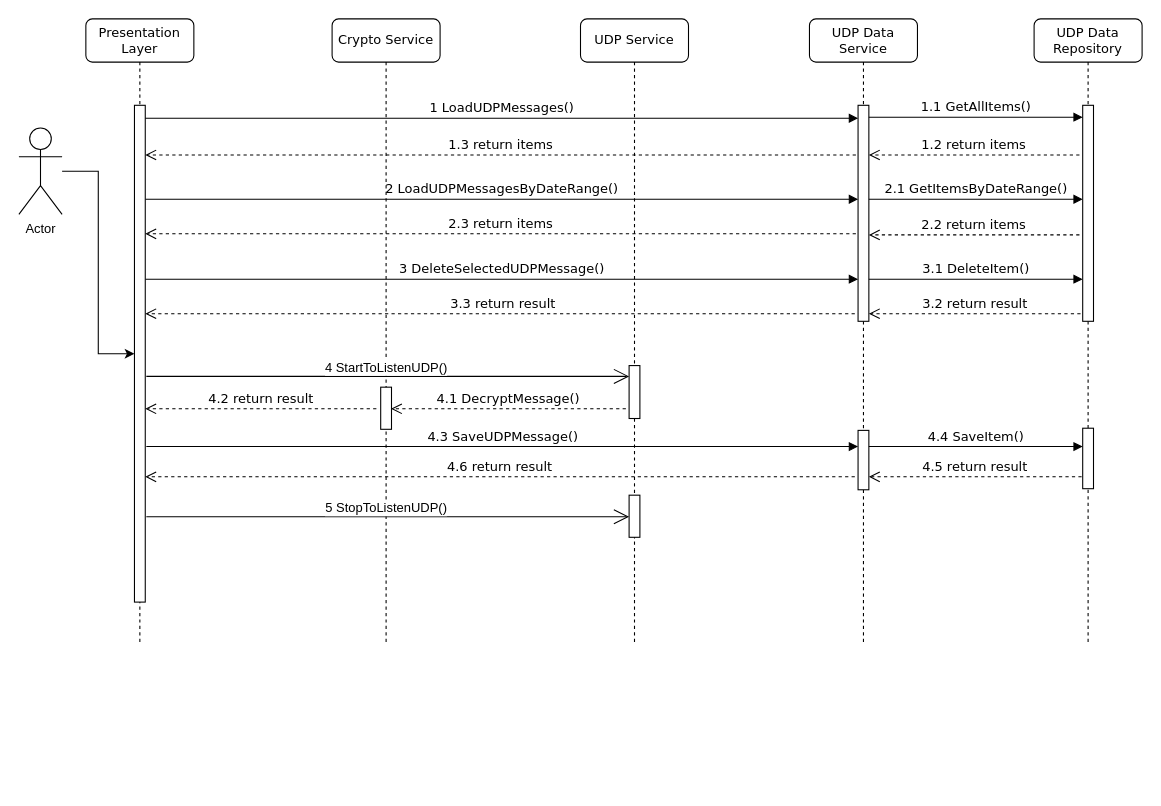
Above: UDPCommunication.UI/Documentation/UMLDiagrams/uml_sequence_diagram.drawio in cusfekes/UDPCommunication (draw.io), before the change. Source tidied: cells renumbered, new cells numbered last; positions are measured from the earlier drawing's top-left corner, leaving out a move shared by most shapes. Both pictures are drawn from the tidied source at 108%, with x=0, y=0 at pixel (18, 18).
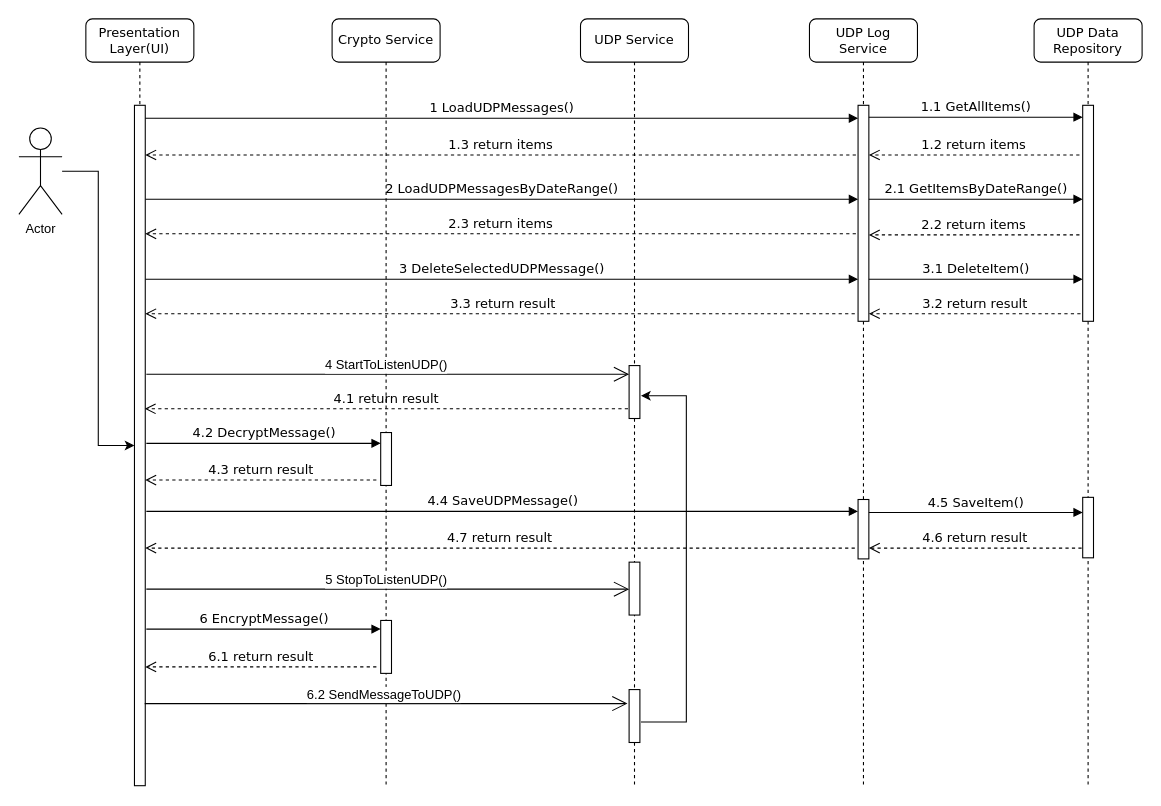
The same page after the edit.

Diff of the diagram source:
```diff
@@
     <mxCell id="2" value="Crypto Service" style="shape=umlLifeline;perimeter=lifelinePerimeter;whiteSpace=wrap;html=1;rounded=1;shadow=0;comic=0;labelBackgroundColor=none;strokeWidth=1;fontFamily=Verdana;fontSize=12;align=center;" parent="1" vertex="1">
-      <mxGeometry x="290" width="100" height="580" as="geometry" />
+      <mxGeometry x="290" width="100" height="711" as="geometry" />
     </mxCell>
@@
     <mxCell id="5" style="html=1;perimeter=orthogonalPerimeter;rounded=0;shadow=0;comic=0;labelBackgroundColor=none;strokeWidth=1;fontFamily=Verdana;fontSize=12;align=center;" parent="2" vertex="1">
-      <mxGeometry x="45" y="341" width="10" height="39" as="geometry" />
+      <mxGeometry x="45" y="383" width="10" height="49" as="geometry" />
     </mxCell>
-    <mxCell id="6" value="4.3 SaveUDPMessage()" style="html=1;verticalAlign=bottom;endArrow=block;labelBackgroundColor=none;fontFamily=Verdana;fontSize=12;edgeStyle=elbowEdgeStyle;elbow=vertical;" parent="2" edge="1">
+    <mxCell id="6" value="4.4 SaveUDPMessage()" style="html=1;verticalAlign=bottom;endArrow=block;labelBackgroundColor=none;fontFamily=Verdana;fontSize=12;edgeStyle=elbowEdgeStyle;elbow=vertical;" parent="2" edge="1">
       <mxGeometry relative="1" as="geometry">
-        <mxPoint x="-172" y="396" as="sourcePoint" />
-        <mxPoint x="487" y="396" as="targetPoint" />
+        <mxPoint x="-172" y="456" as="sourcePoint" />
+        <mxPoint x="487" y="456" as="targetPoint" />
       </mxGeometry>
     </mxCell>
+    <mxCell id="39" style="html=1;perimeter=orthogonalPerimeter;rounded=0;shadow=0;comic=0;labelBackgroundColor=none;strokeWidth=1;fontFamily=Verdana;fontSize=12;align=center;" parent="2" vertex="1">
+      <mxGeometry x="45" y="557" width="10" height="49" as="geometry" />
+    </mxCell>
     <mxCell id="7" value="UDP Service" style="shape=umlLifeline;perimeter=lifelinePerimeter;whiteSpace=wrap;html=1;rounded=1;shadow=0;comic=0;labelBackgroundColor=none;strokeWidth=1;fontFamily=Verdana;fontSize=12;align=center;" parent="1" vertex="1">
-      <mxGeometry x="520" width="100" height="580" as="geometry" />
+      <mxGeometry x="520" width="100" height="711" as="geometry" />
     </mxCell>
@@
-    <mxCell id="10" value="4.1 DecryptMessage()" style="html=1;verticalAlign=bottom;endArrow=open;dashed=1;endSize=8;labelBackgroundColor=none;fontFamily=Verdana;fontSize=12;edgeStyle=elbowEdgeStyle;elbow=vertical;" parent="7" edge="1">
+    <mxCell id="10" value="4.1 return result" style="html=1;verticalAlign=bottom;endArrow=open;dashed=1;endSize=8;labelBackgroundColor=none;fontFamily=Verdana;fontSize=12;edgeStyle=elbowEdgeStyle;elbow=vertical;" parent="7" edge="1">
       <mxGeometry relative="1" as="geometry">
-        <mxPoint x="42" y="361" as="sourcePoint" />
-        <mxPoint x="-175.5" y="361" as="targetPoint" />
+        <mxPoint x="44" y="361" as="sourcePoint" />
+        <mxPoint x="-403.5" y="361" as="targetPoint" />
       </mxGeometry>
     </mxCell>
     <mxCell id="11" style="html=1;perimeter=orthogonalPerimeter;rounded=0;shadow=0;comic=0;labelBackgroundColor=none;strokeWidth=1;fontFamily=Verdana;fontSize=12;align=center;" parent="7" vertex="1">
-      <mxGeometry x="45" y="441" width="10" height="39" as="geometry" />
+      <mxGeometry x="45" y="503" width="10" height="49" as="geometry" />
     </mxCell>
+    <mxCell id="40" style="html=1;perimeter=orthogonalPerimeter;rounded=0;shadow=0;comic=0;labelBackgroundColor=none;strokeWidth=1;fontFamily=Verdana;fontSize=12;align=center;" parent="7" vertex="1">
+      <mxGeometry x="45" y="621" width="10" height="49" as="geometry" />
+    </mxCell>
+    <mxCell id="41" style="endArrow=classic;html=1;rounded=0;entryX=1.3;entryY=0.571;entryDx=0;entryDy=0;entryPerimeter=0;" parent="7" edge="1">
+      <mxGeometry relative="1" as="geometry">
+        <mxPoint x="56" y="651" as="sourcePoint" />
+        <mxPoint x="56" y="349" as="targetPoint" />
+        <Array as="points">
+          <mxPoint x="98" y="651" />
+          <mxPoint x="98" y="349" />
+        </Array>
+      </mxGeometry>
+    </mxCell>
+    <mxCell id="21" value="UDP Data Repository" style="shape=umlLifeline;perimeter=lifelinePerimeter;whiteSpace=wrap;html=1;rounded=1;shadow=0;comic=0;labelBackgroundColor=none;strokeWidth=1;fontFamily=Verdana;fontSize=12;align=center;" parent="1" vertex="1">
+      <mxGeometry x="940" width="100" height="711" as="geometry" />
+    </mxCell>
+    <mxCell id="22" style="html=1;perimeter=orthogonalPerimeter;rounded=0;shadow=0;comic=0;labelBackgroundColor=none;strokeWidth=1;fontFamily=Verdana;fontSize=12;align=center;" parent="21" vertex="1">
+      <mxGeometry x="45" y="80" width="10" height="200" as="geometry" />
+    </mxCell>
+    <mxCell id="23" style="html=1;perimeter=orthogonalPerimeter;rounded=0;shadow=0;comic=0;labelBackgroundColor=none;strokeWidth=1;fontFamily=Verdana;fontSize=12;align=center;" parent="21" vertex="1">
+      <mxGeometry x="45" y="443" width="10" height="56" as="geometry" />
+    </mxCell>
-    <mxCell id="12" value="UDP Data Service" style="shape=umlLifeline;perimeter=lifelinePerimeter;whiteSpace=wrap;html=1;rounded=1;shadow=0;comic=0;labelBackgroundColor=none;strokeWidth=1;fontFamily=Verdana;fontSize=12;align=center;" parent="1" vertex="1">
-      <mxGeometry x="732" width="100" height="580" as="geometry" />
+    <mxCell id="12" value="UDP Log Service" style="shape=umlLifeline;perimeter=lifelinePerimeter;whiteSpace=wrap;html=1;rounded=1;shadow=0;comic=0;labelBackgroundColor=none;strokeWidth=1;fontFamily=Verdana;fontSize=12;align=center;" parent="1" vertex="1">
+      <mxGeometry x="732" width="100" height="711" as="geometry" />
     </mxCell>
@@
     <mxCell id="18" style="html=1;perimeter=orthogonalPerimeter;rounded=0;shadow=0;comic=0;labelBackgroundColor=none;strokeWidth=1;fontFamily=Verdana;fontSize=12;align=center;" parent="12" vertex="1">
-      <mxGeometry x="45" y="381" width="10" height="55" as="geometry" />
+      <mxGeometry x="45" y="445" width="10" height="55" as="geometry" />
     </mxCell>
-    <mxCell id="19" value="4.4 SaveItem()" style="html=1;verticalAlign=bottom;endArrow=block;entryX=0;entryY=0;labelBackgroundColor=none;fontFamily=Verdana;fontSize=12;edgeStyle=elbowEdgeStyle;elbow=vertical;" parent="12" edge="1">
+    <mxCell id="19" value="4.5 SaveItem()" style="html=1;verticalAlign=bottom;endArrow=block;entryX=0;entryY=0;labelBackgroundColor=none;fontFamily=Verdana;fontSize=12;edgeStyle=elbowEdgeStyle;elbow=vertical;" parent="12" edge="1">
       <mxGeometry relative="1" as="geometry">
-        <mxPoint x="55" y="396" as="sourcePoint" />
-        <mxPoint x="253" y="396" as="targetPoint" />
+        <mxPoint x="55" y="457" as="sourcePoint" />
+        <mxPoint x="253" y="457" as="targetPoint" />
       </mxGeometry>
     </mxCell>
-    <mxCell id="20" value="4.5 return result" style="html=1;verticalAlign=bottom;endArrow=open;dashed=1;endSize=8;labelBackgroundColor=none;fontFamily=Verdana;fontSize=12;edgeStyle=elbowEdgeStyle;elbow=vertical;" parent="12" edge="1">
+    <mxCell id="20" value="4.6 return result" style="html=1;verticalAlign=bottom;endArrow=open;dashed=1;endSize=8;labelBackgroundColor=none;fontFamily=Verdana;fontSize=12;edgeStyle=elbowEdgeStyle;elbow=vertical;" parent="12" edge="1">
       <mxGeometry relative="1" as="geometry">
-        <mxPoint x="252" y="424" as="sourcePoint" />
-        <mxPoint x="55" y="424" as="targetPoint" />
+        <mxPoint x="252" y="490" as="sourcePoint" />
+        <mxPoint x="55" y="490" as="targetPoint" />
       </mxGeometry>
     </mxCell>
-    <mxCell id="21" value="UDP Data Repository" style="shape=umlLifeline;perimeter=lifelinePerimeter;whiteSpace=wrap;html=1;rounded=1;shadow=0;comic=0;labelBackgroundColor=none;strokeWidth=1;fontFamily=Verdana;fontSize=12;align=center;" parent="1" vertex="1">
-      <mxGeometry x="940" width="100" height="580" as="geometry" />
-    </mxCell>
-    <mxCell id="22" style="html=1;perimeter=orthogonalPerimeter;rounded=0;shadow=0;comic=0;labelBackgroundColor=none;strokeWidth=1;fontFamily=Verdana;fontSize=12;align=center;" parent="21" vertex="1">
-      <mxGeometry x="45" y="80" width="10" height="200" as="geometry" />
-    </mxCell>
-    <mxCell id="23" style="html=1;perimeter=orthogonalPerimeter;rounded=0;shadow=0;comic=0;labelBackgroundColor=none;strokeWidth=1;fontFamily=Verdana;fontSize=12;align=center;" parent="21" vertex="1">
-      <mxGeometry x="45" y="379" width="10" height="56" as="geometry" />
-    </mxCell>
-    <mxCell id="24" value="Presentation Layer" style="shape=umlLifeline;perimeter=lifelinePerimeter;whiteSpace=wrap;html=1;rounded=1;shadow=0;comic=0;labelBackgroundColor=none;strokeWidth=1;fontFamily=Verdana;fontSize=12;align=center;" parent="1" vertex="1">
-      <mxGeometry x="62" width="100" height="580" as="geometry" />
+    <mxCell id="24" value="Presentation Layer(UI)" style="shape=umlLifeline;perimeter=lifelinePerimeter;whiteSpace=wrap;html=1;rounded=1;shadow=0;comic=0;labelBackgroundColor=none;strokeWidth=1;fontFamily=Verdana;fontSize=12;align=center;" parent="1" vertex="1">
+      <mxGeometry x="62" width="100" height="710" as="geometry" />
     </mxCell>
     <mxCell id="25" style="html=1;points=[];perimeter=orthogonalPerimeter;rounded=0;shadow=0;comic=0;labelBackgroundColor=none;strokeWidth=1;fontFamily=Verdana;fontSize=12;align=center;" parent="24" vertex="1">
-      <mxGeometry x="45" y="80" width="10" height="460" as="geometry" />
+      <mxGeometry x="45" y="80" width="10" height="630" as="geometry" />
     </mxCell>
     <mxCell id="26" style="endArrow=open;endFill=1;endSize=12;html=1;rounded=0;jumpSize=6;" parent="24" edge="1">
       <mxGeometry relative="1" as="geometry">
-        <mxPoint x="56" y="331" as="sourcePoint" />
-        <mxPoint x="503" y="331" as="targetPoint" />
+        <mxPoint x="56" y="329" as="sourcePoint" />
+        <mxPoint x="503" y="329" as="targetPoint" />
       </mxGeometry>
     </mxCell>
@@
-    <mxCell id="28" value="1 LoadUDPMessages()" style="html=1;verticalAlign=bottom;endArrow=block;entryX=0;entryY=0;labelBackgroundColor=none;fontFamily=Verdana;fontSize=12;edgeStyle=elbowEdgeStyle;elbow=vertical;" parent="1" edge="1">
+    <mxCell id="28" value="1 LoadUDPMessages()" style="html=1;verticalAlign=bottom;endArrow=block;entryX=0;entryY=0;labelBackgroundColor=none;fontFamily=Verdana;fontSize=12;edgeStyle=elbowEdgeStyle;elbow=vertical;align=center;horizontal=1;" parent="1" edge="1">
       <mxGeometry relative="1" as="geometry">
         <mxPoint x="117" y="92" as="sourcePoint" />
         <mxPoint x="777" y="92" as="targetPoint" />
       </mxGeometry>
     </mxCell>
@@
-    <mxCell id="35" value="4.2 return result" style="html=1;verticalAlign=bottom;endArrow=open;dashed=1;endSize=8;labelBackgroundColor=none;fontFamily=Verdana;fontSize=12;edgeStyle=elbowEdgeStyle;elbow=vertical;" parent="1" edge="1">
+    <mxCell id="35" value="4.3 return result" style="html=1;verticalAlign=bottom;endArrow=open;dashed=1;endSize=8;labelBackgroundColor=none;fontFamily=Verdana;fontSize=12;edgeStyle=elbowEdgeStyle;elbow=vertical;" parent="1" edge="1">
       <mxGeometry relative="1" as="geometry">
-        <mxPoint x="331" y="361" as="sourcePoint" />
-        <mxPoint x="117" y="361" as="targetPoint" />
+        <mxPoint x="331" y="427" as="sourcePoint" />
+        <mxPoint x="117" y="427" as="targetPoint" />
       </mxGeometry>
     </mxCell>
-    <mxCell id="36" value="4.6 return result" style="html=1;verticalAlign=bottom;endArrow=open;dashed=1;endSize=8;labelBackgroundColor=none;fontFamily=Verdana;fontSize=12;edgeStyle=elbowEdgeStyle;elbow=vertical;exitX=0.3;exitY=0.965;exitDx=0;exitDy=0;exitPerimeter=0;" parent="1" edge="1">
+    <mxCell id="36" value="4.7 return result" style="html=1;verticalAlign=bottom;endArrow=open;dashed=1;endSize=8;labelBackgroundColor=none;fontFamily=Verdana;fontSize=12;edgeStyle=elbowEdgeStyle;elbow=horizontal;exitX=0.3;exitY=0.965;exitDx=0;exitDy=0;exitPerimeter=0;" parent="1" edge="1">
       <mxGeometry relative="1" as="geometry">
-        <mxPoint x="774" y="424" as="sourcePoint" />
-        <mxPoint x="117" y="424" as="targetPoint" />
+        <mxPoint x="774" y="490" as="sourcePoint" />
+        <mxPoint x="117" y="490" as="targetPoint" />
       </mxGeometry>
     </mxCell>
     <mxCell id="37" style="endArrow=open;endFill=1;endSize=12;html=1;rounded=0;jumpSize=6;" parent="1" edge="1">
       <mxGeometry relative="1" as="geometry">
-        <mxPoint x="118" y="461" as="sourcePoint" />
-        <mxPoint x="565" y="461" as="targetPoint" />
+        <mxPoint x="118" y="528" as="sourcePoint" />
+        <mxPoint x="565" y="528" as="targetPoint" />
       </mxGeometry>
     </mxCell>
@@
+    <mxCell id="42" value="6 EncryptMessage()" style="html=1;verticalAlign=bottom;endArrow=block;labelBackgroundColor=none;fontFamily=Verdana;fontSize=12;edgeStyle=elbowEdgeStyle;elbow=vertical;" parent="1" edge="1">
+      <mxGeometry relative="1" as="geometry">
+        <mxPoint x="118" y="565" as="sourcePoint" />
+        <mxPoint x="335" y="565" as="targetPoint" />
+      </mxGeometry>
+    </mxCell>
+    <mxCell id="43" value="4.2 DecryptMessage()" style="html=1;verticalAlign=bottom;endArrow=block;labelBackgroundColor=none;fontFamily=Verdana;fontSize=12;edgeStyle=elbowEdgeStyle;elbow=vertical;" parent="1" edge="1">
+      <mxGeometry relative="1" as="geometry">
+        <mxPoint x="118" y="393" as="sourcePoint" />
+        <mxPoint x="335" y="393" as="targetPoint" />
+      </mxGeometry>
+    </mxCell>
+    <mxCell id="44" value="6.1 return result" style="html=1;verticalAlign=bottom;endArrow=open;dashed=1;endSize=8;labelBackgroundColor=none;fontFamily=Verdana;fontSize=12;edgeStyle=elbowEdgeStyle;elbow=vertical;" parent="1" edge="1">
+      <mxGeometry relative="1" as="geometry">
+        <mxPoint x="331" y="600" as="sourcePoint" />
+        <mxPoint x="117" y="600" as="targetPoint" />
+      </mxGeometry>
+    </mxCell>
+    <mxCell id="45" style="endArrow=open;endFill=1;endSize=12;html=1;rounded=0;jumpSize=6;" parent="1" edge="1">
+      <mxGeometry relative="1" as="geometry">
+        <mxPoint x="116.5" y="634" as="sourcePoint" />
+        <mxPoint x="563.5" y="634" as="targetPoint" />
+      </mxGeometry>
+    </mxCell>
+    <mxCell id="46" value="6.2 SendMessageToUDP()" style="edgeLabel;html=1;align=center;verticalAlign=middle;fontSize=12;" parent="45" vertex="1">
+      <mxGeometry x="-0.01" y="9" relative="1" as="geometry" />
+    </mxCell>
```
